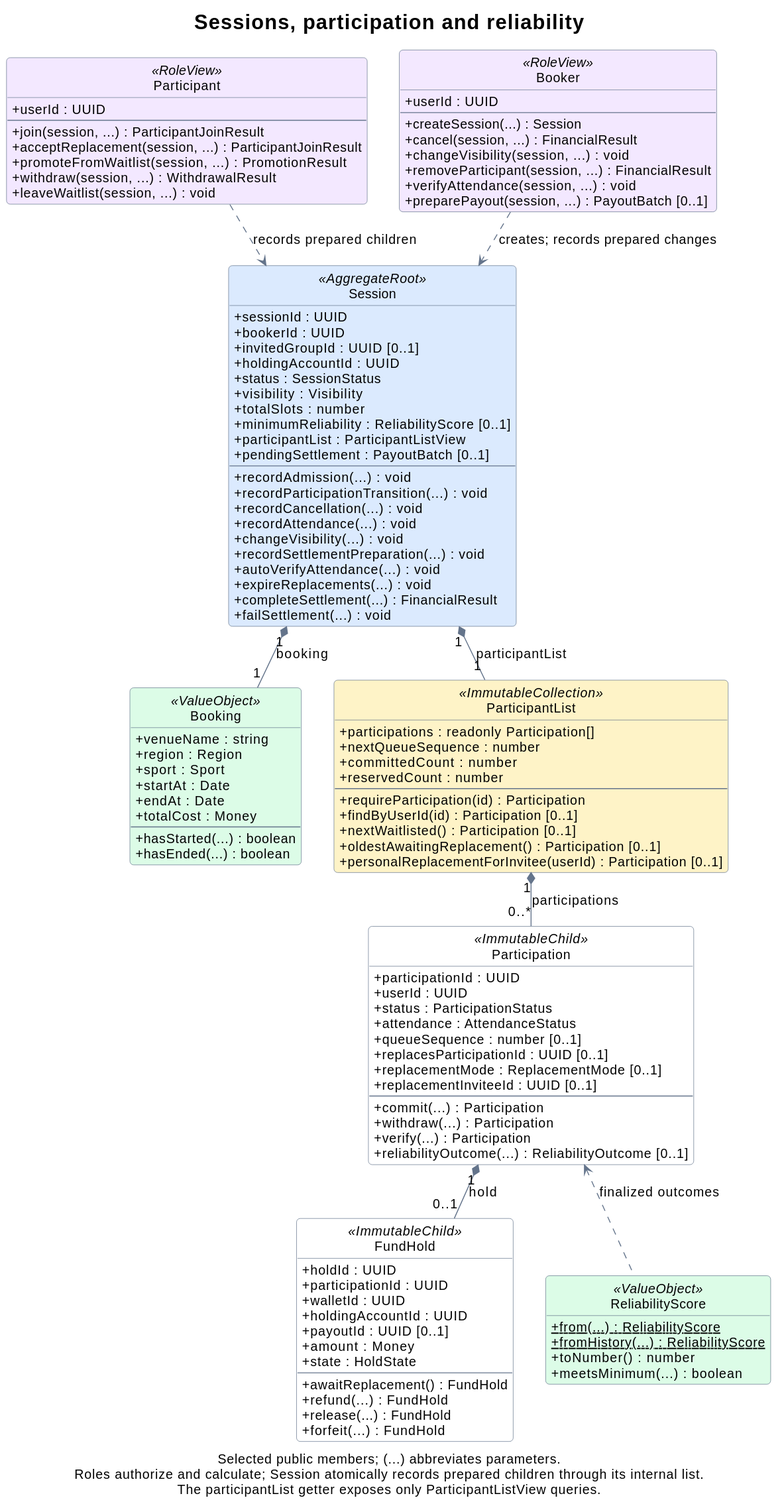
This is docs/assets/domain-sessions.svg from rbrishi15/booking-web-manager, a PlantUML export, as it was before one commit.
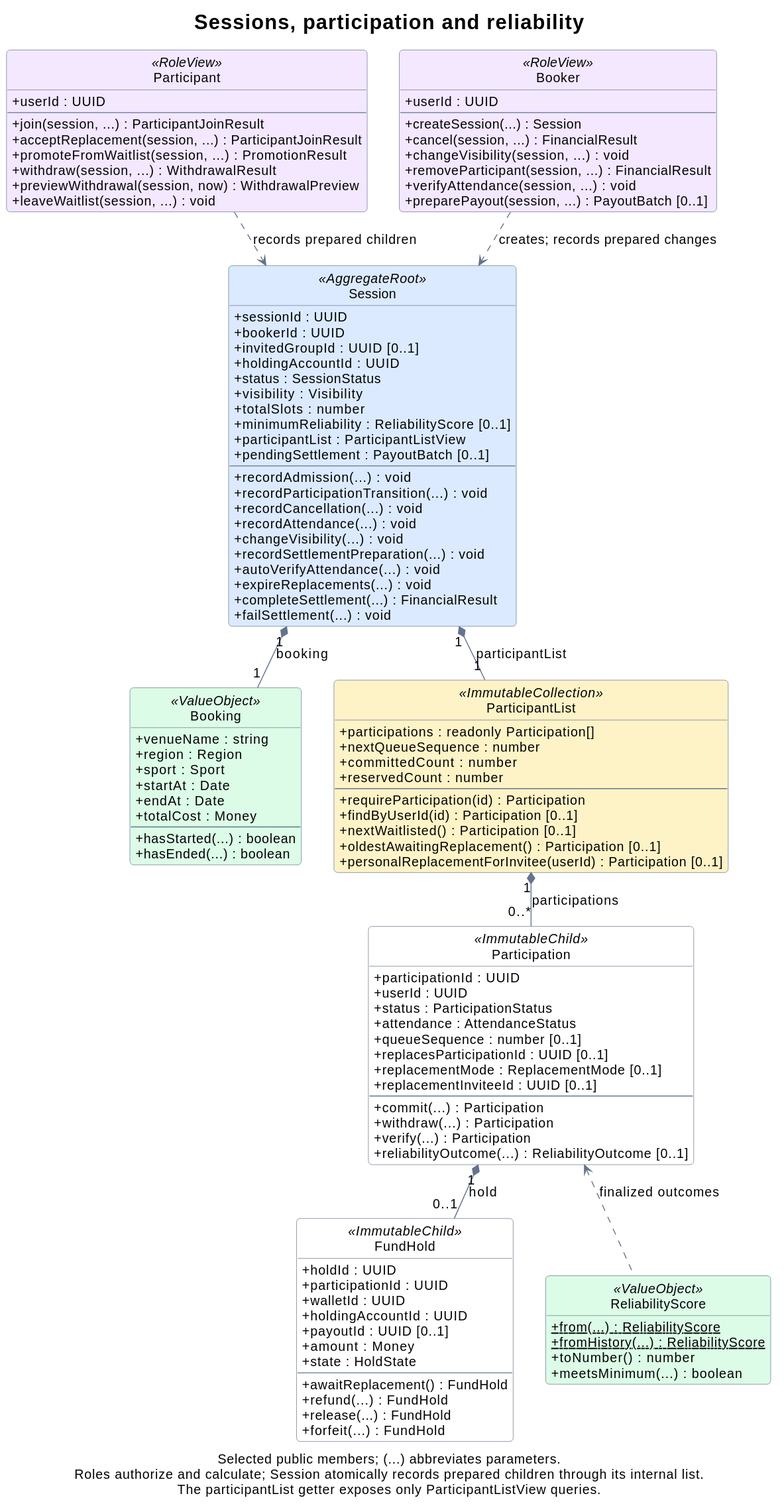
The same diagram one commit later.

Commit message:
feat(domain): add read-only Participant.previewWithdrawal (UC2-05)

What changed in the source:
```diff
@@ -53,6 +53,7 @@
   +acceptReplacement(session, ...) : ParticipantJoinResult
   +promoteFromWaitlist(session, ...) : PromotionResult
   +withdraw(session, ...) : WithdrawalResult
+  +previewWithdrawal(session, now) : WithdrawalPreview
   +leaveWaitlist(session, ...) : void
 }
 
```
